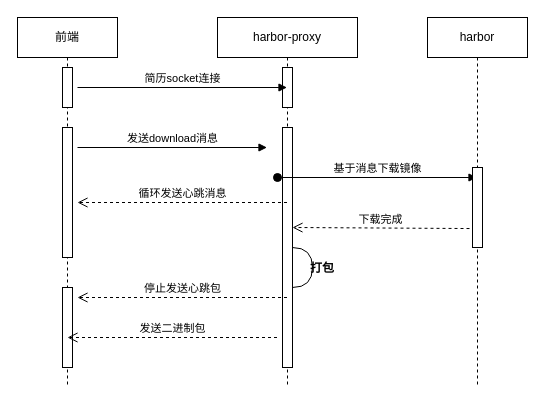
The draw.io diagram page "第 1 页" (1 of 2) of cloudNative/harbor.drawio in zzl-code/drawImg, before the edit. Source tidied: cells renumbered, new cells numbered last; positions are measured from the earlier drawing's top-left corner, leaving out a move shared by most shapes. Both pictures are drawn from the tidied source at 100%, with x=0, y=0 at pixel (17, 17).
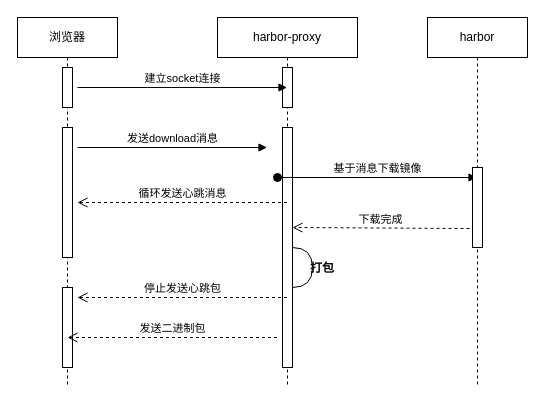
The same diagram, later.

Unchanged cells that the change refers to:
```xml
<mxCell id="2" value="harbor-proxy" style="shape=umlLifeline;perimeter=lifelinePerimeter;whiteSpace=wrap;html=1;outlineConnect=0;" parent="1" vertex="1">
  <mxGeometry x="200" width="140" height="370" as="geometry" />
</mxCell>
```

What changed in the source:
```diff
@@
-    <mxCell id="11" value="前端" style="shape=umlLifeline;perimeter=lifelinePerimeter;whiteSpace=wrap;html=1;" parent="1" vertex="1">
+    <mxCell id="11" value="浏览器" style="shape=umlLifeline;perimeter=lifelinePerimeter;whiteSpace=wrap;html=1;" parent="1" vertex="1">
       <mxGeometry width="100" height="370" as="geometry" />
     </mxCell>
@@
-    <mxCell id="13" value="简历socket连接" style="html=1;verticalAlign=bottom;endArrow=block;rounded=0;" parent="11" edge="1" target="2">
+    <mxCell id="13" value="建立socket连接" style="html=1;verticalAlign=bottom;endArrow=block;rounded=0;" parent="11" edge="1" target="2">
       <mxGeometry relative="1" as="geometry">
         <mxPoint x="60" y="70" as="sourcePoint" />
       </mxGeometry>
     </mxCell>
```
